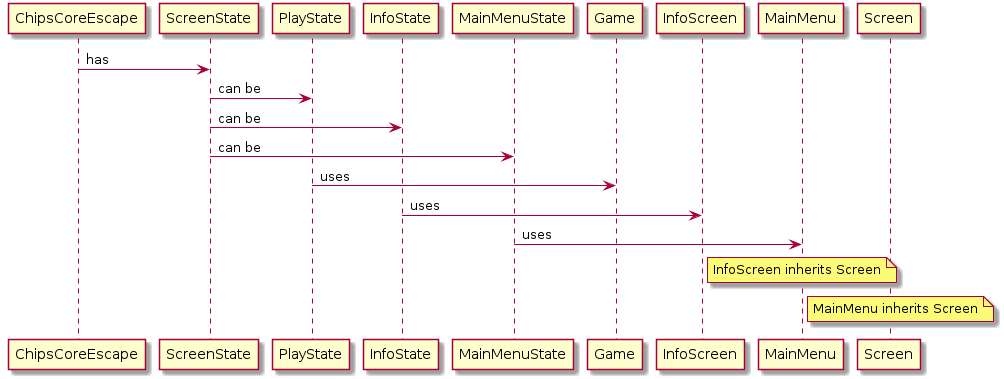
Above: Puzzle_Maze/diagrams/class-diagrams/game-ui/ui-logic/interaction.png in kmerickson/OOP-PuzzleMaze (PlantUML), before the change.
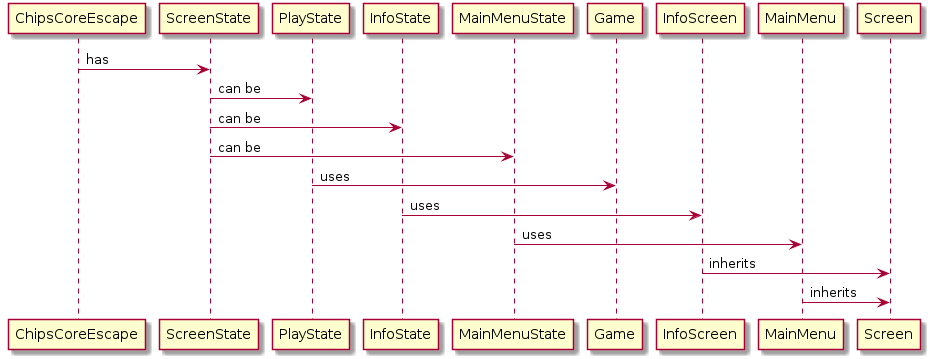
After the commit.

Change to the diagram source:
```diff
@@ -17,13 +17,7 @@
 PlayState -> Game : uses
 InfoState -> InfoScreen : uses
 MainMenuState -> MainMenu : uses
-
-note right of InfoScreen
-  InfoScreen inherits Screen
-end note
-
-note right of MainMenu
-  MainMenu inherits Screen
-end note
+InfoScreen -> Screen : inherits
+MainMenu -> Screen : inherits
 
 @enduml
```
